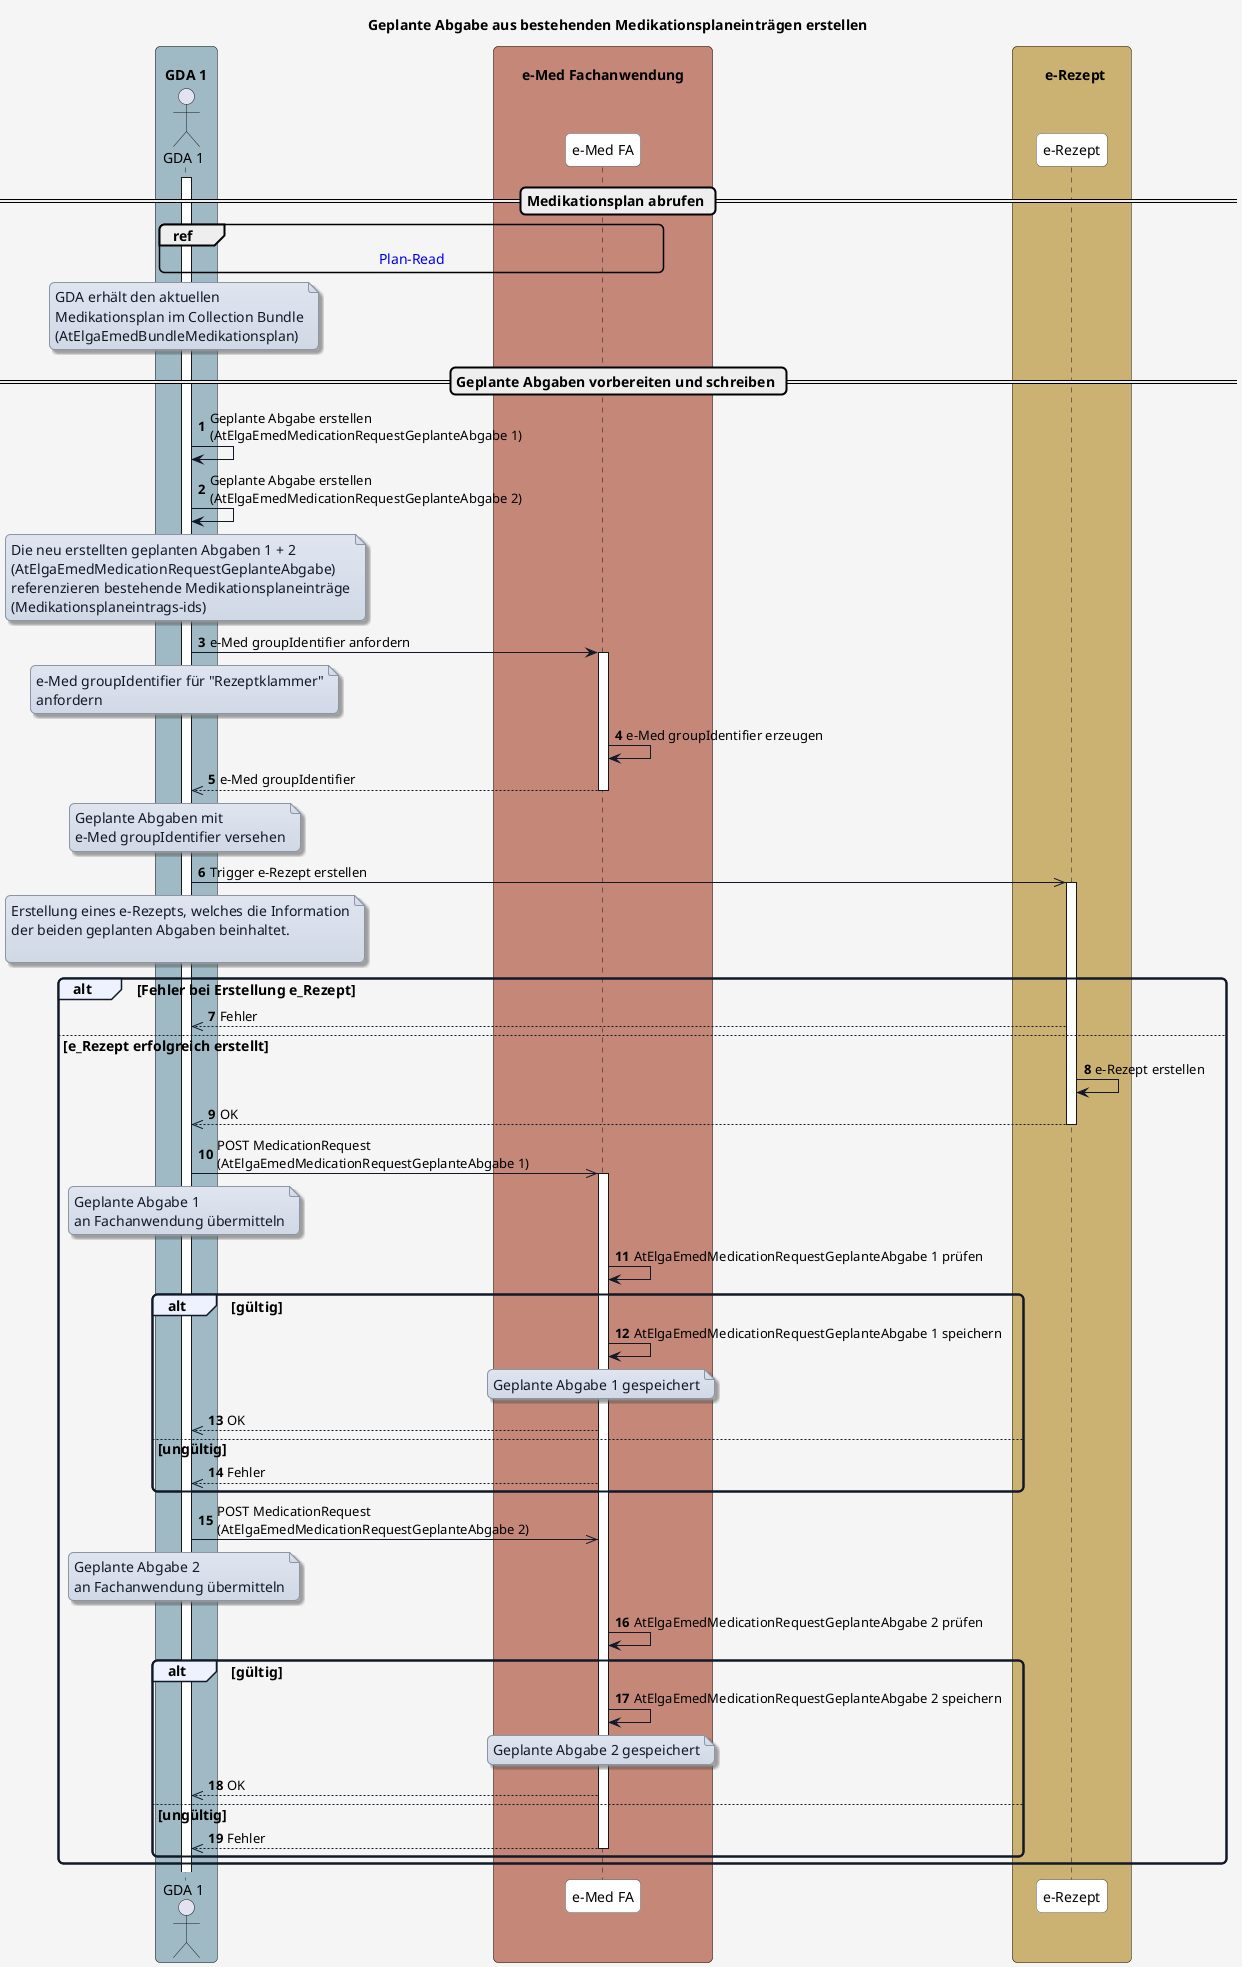
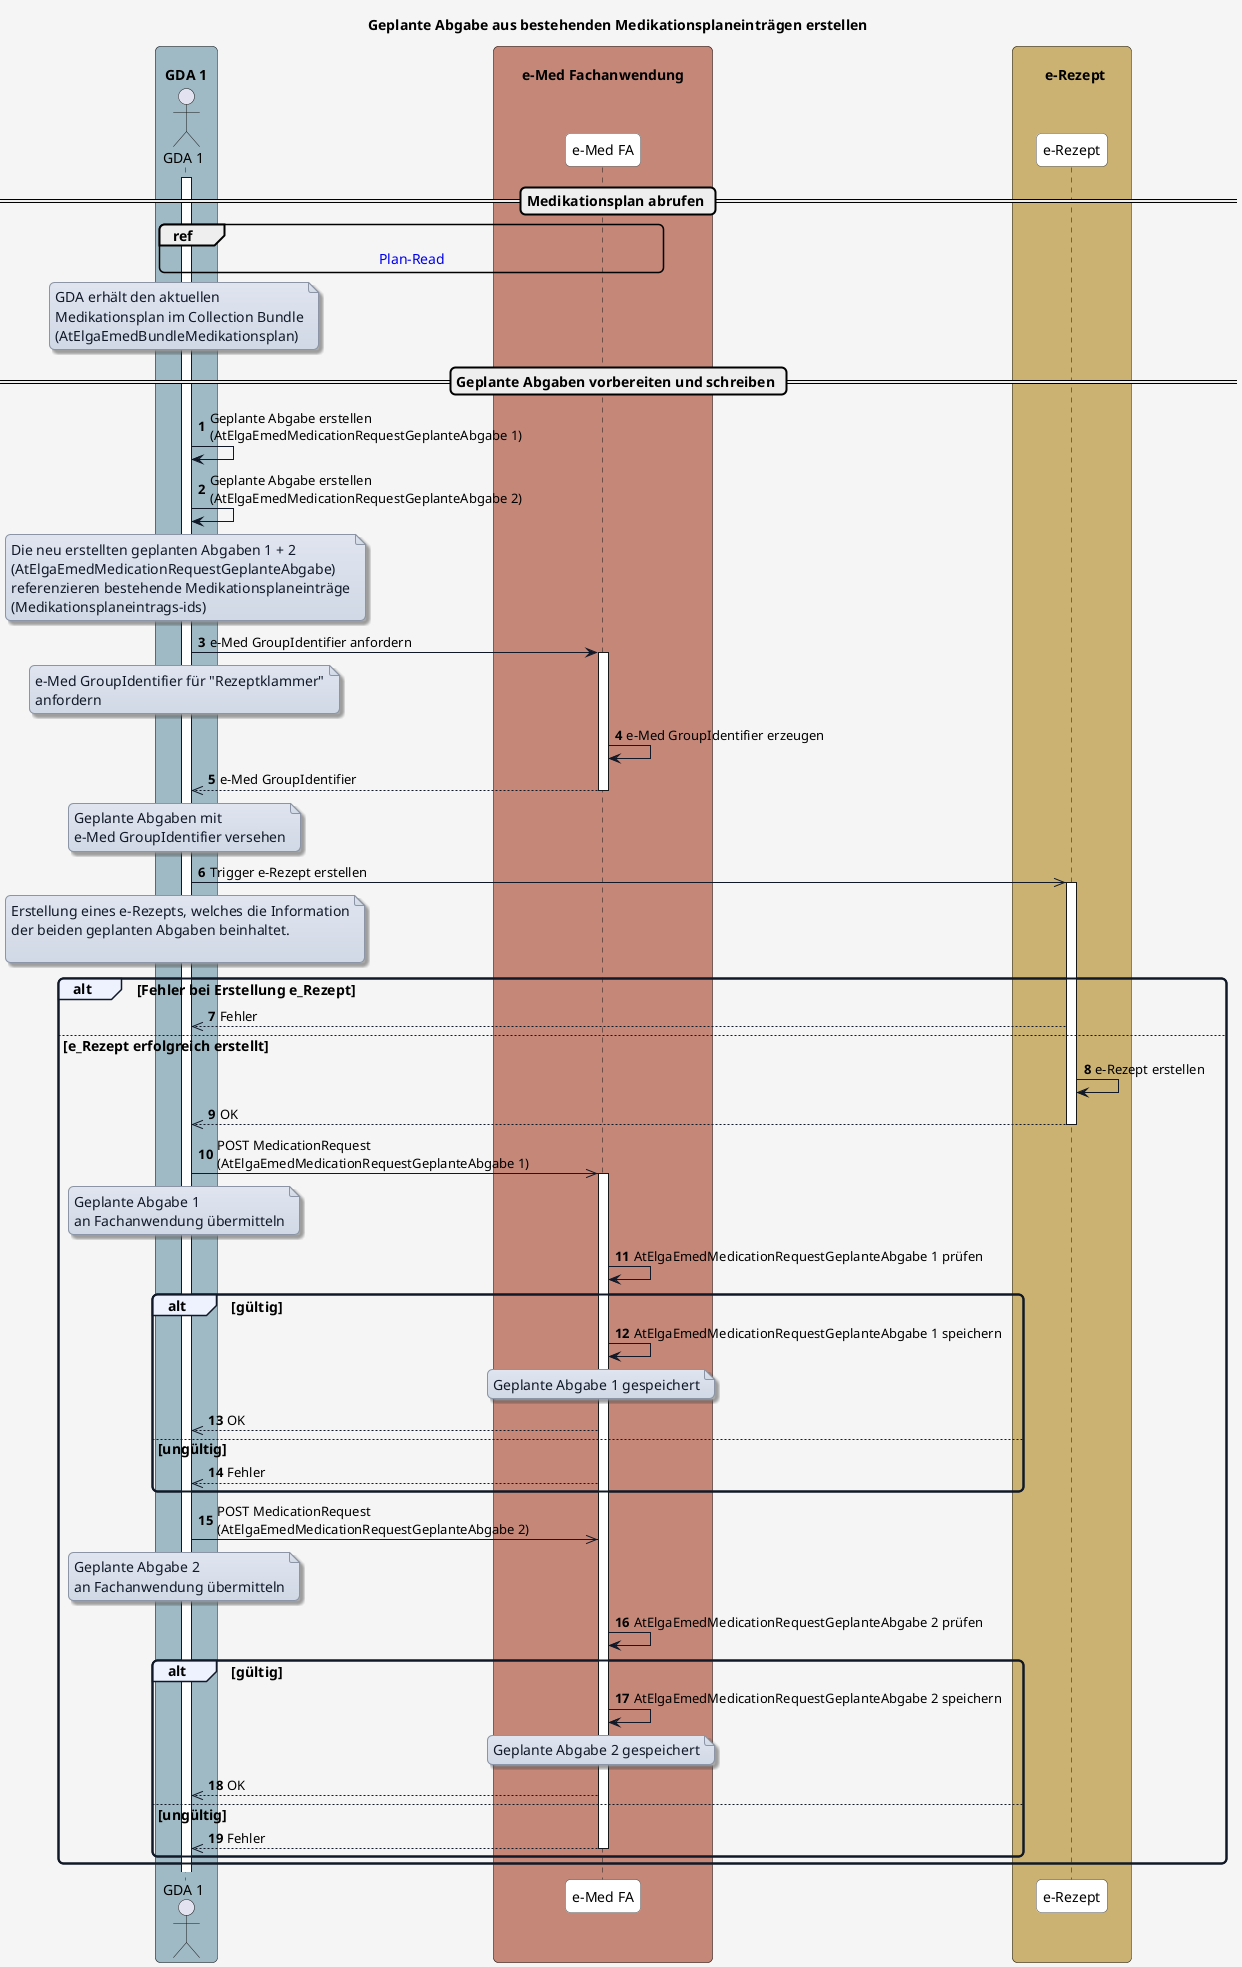
@startuml

title Geplante Abgabe aus bestehenden Medikationsplaneinträgen erstellen

skinparam borderColor #000000
skinparam backgroundColor #f5f5f5
skinparam shadowing false
skinparam roundCorner 10
skinparam defaultFontName "Arial"
skinparam defaultFontSize 14
skinparam defaultFontColor #000000

skinparam note {
  BackgroundColor #e0e5f0-#d1d9e6
  BorderColor #8b95a5
  BorderThickness 1
  RoundCorner 8
  Padding 6
  FontColor #111827
  Shadowing true
}

skinparam HyperlinkColor #0000EE
skinparam HyperlinkUnderline false

skinparam sequence {
  ParticipantBorderColor #555555
  ParticipantBackgroundColor #ffffff
  ParticipantFontColor #000000
  ParticipantFontSize 14
  ParticipantPadding 20
  ArrowColor #111827
  ArrowThickness 1
  ArrowFontColor #000000
  ArrowFontSize 13
  GroupBorderColor #111827
  GroupBackgroundColor #eef2ff
  GroupBorderThickness 2
}

skinparam BoxPadding 20
skinparam BoxBorderColor #555555

box "\n  GDA 1  " #9fbac4
  actor GDA_1 as "GDA 1"
end box

box "\n       e-Med Fachanwendung       " #C48778
  participant eMed_FA as "e-Med FA"
end box

box "\n    e-Rezept  " #cbb272
  participant e_Rezept as "e-Rezept"
end box

autonumber

== Medikationsplan abrufen ==

activate GDA_1

ref over GDA_1, eMed_FA : [[interactions.html#sequenzdiagramm-plan-read Plan-Read]]

note over GDA_1
GDA erhält den aktuellen
Medikationsplan im Collection Bundle
(AtElgaEmedBundleMedikationsplan)
end note

== Geplante Abgaben vorbereiten und schreiben ==

GDA_1 -> GDA_1: Geplante Abgabe erstellen\n(AtElgaEmedMedicationRequestGeplanteAbgabe 1)
GDA_1 -> GDA_1: Geplante Abgabe erstellen\n(AtElgaEmedMedicationRequestGeplanteAbgabe 2)
note over GDA_1
Die neu erstellten geplanten Abgaben 1 + 2
(AtElgaEmedMedicationRequestGeplanteAbgabe)
referenzieren bestehende Medikationsplaneinträge
(Medikationsplaneintrags-ids)
end note


- GDA_1 -> eMed_FA: e-Med groupIdentifier anfordern
+ GDA_1 -> eMed_FA: e-Med GroupIdentifier anfordern

note over GDA_1
- e-Med groupIdentifier für "Rezeptklammer"
+ e-Med GroupIdentifier für "Rezeptklammer"
anfordern
end note

activate eMed_FA
- eMed_FA -> eMed_FA: e-Med groupIdentifier erzeugen
- eMed_FA -->> GDA_1: e-Med groupIdentifier
+ eMed_FA -> eMed_FA: e-Med GroupIdentifier erzeugen
+ eMed_FA -->> GDA_1: e-Med GroupIdentifier
deactivate eMed_FA

note over GDA_1
Geplante Abgaben mit
- e-Med groupIdentifier versehen
+ e-Med GroupIdentifier versehen
end note

GDA_1 ->> e_Rezept: Trigger e-Rezept erstellen
note over GDA_1
Erstellung eines e-Rezepts, welches die Information
der beiden geplanten Abgaben beinhaltet.

end note
activate e_Rezept

alt Fehler bei Erstellung e_Rezept

  e_Rezept -->> GDA_1: Fehler

else e_Rezept erfolgreich erstellt
  e_Rezept -> e_Rezept: e-Rezept erstellen
  e_Rezept -->> GDA_1: OK
  deactivate e_Rezept
  GDA_1 ->> eMed_FA: POST MedicationRequest\n(AtElgaEmedMedicationRequestGeplanteAbgabe 1)
  activate eMed_FA
  note over GDA_1
  Geplante Abgabe 1
  an Fachanwendung übermitteln
  end note


eMed_FA -> eMed_FA: AtElgaEmedMedicationRequestGeplanteAbgabe 1 prüfen
alt gültig
  eMed_FA -> eMed_FA: AtElgaEmedMedicationRequestGeplanteAbgabe 1 speichern

  note over eMed_FA
  Geplante Abgabe 1 gespeichert
  end note

  eMed_FA -->> GDA_1: OK
  else ungültig
    eMed_FA -->> GDA_1: Fehler
  end

  GDA_1 ->> eMed_FA: POST MedicationRequest\n(AtElgaEmedMedicationRequestGeplanteAbgabe 2)
  note over GDA_1
  Geplante Abgabe 2
  an Fachanwendung übermitteln
  end note

  eMed_FA -> eMed_FA: AtElgaEmedMedicationRequestGeplanteAbgabe 2 prüfen
  alt gültig
    eMed_FA -> eMed_FA: AtElgaEmedMedicationRequestGeplanteAbgabe 2 speichern

    note over eMed_FA
    Geplante Abgabe 2 gespeichert
    end note

    eMed_FA -->> GDA_1: OK
  else ungültig
    eMed_FA -->> GDA_1: Fehler
    deactivate eMed_FA
  end


end


@enduml